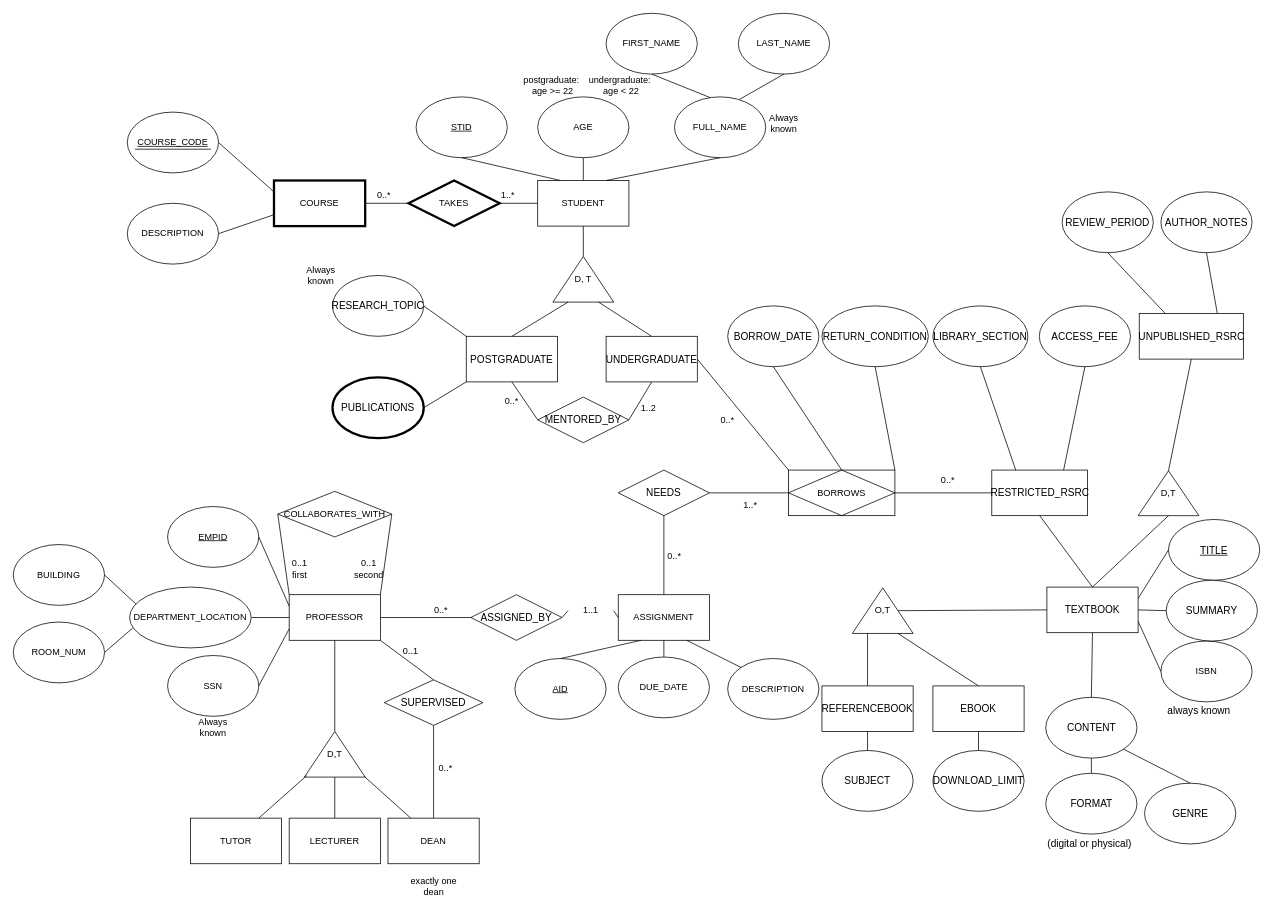
Earlier version of the draw.io diagram DM-HW1_Janis & Cuihuan.drawio (us-ja/Data_Management). Source tidied: cells renumbered, new cells numbered last; positions are measured from the earlier drawing's top-left corner, leaving out a move shared by most shapes. Both pictures are drawn from the tidied source at 76%, with x=0, y=0 at pixel (13, 13).
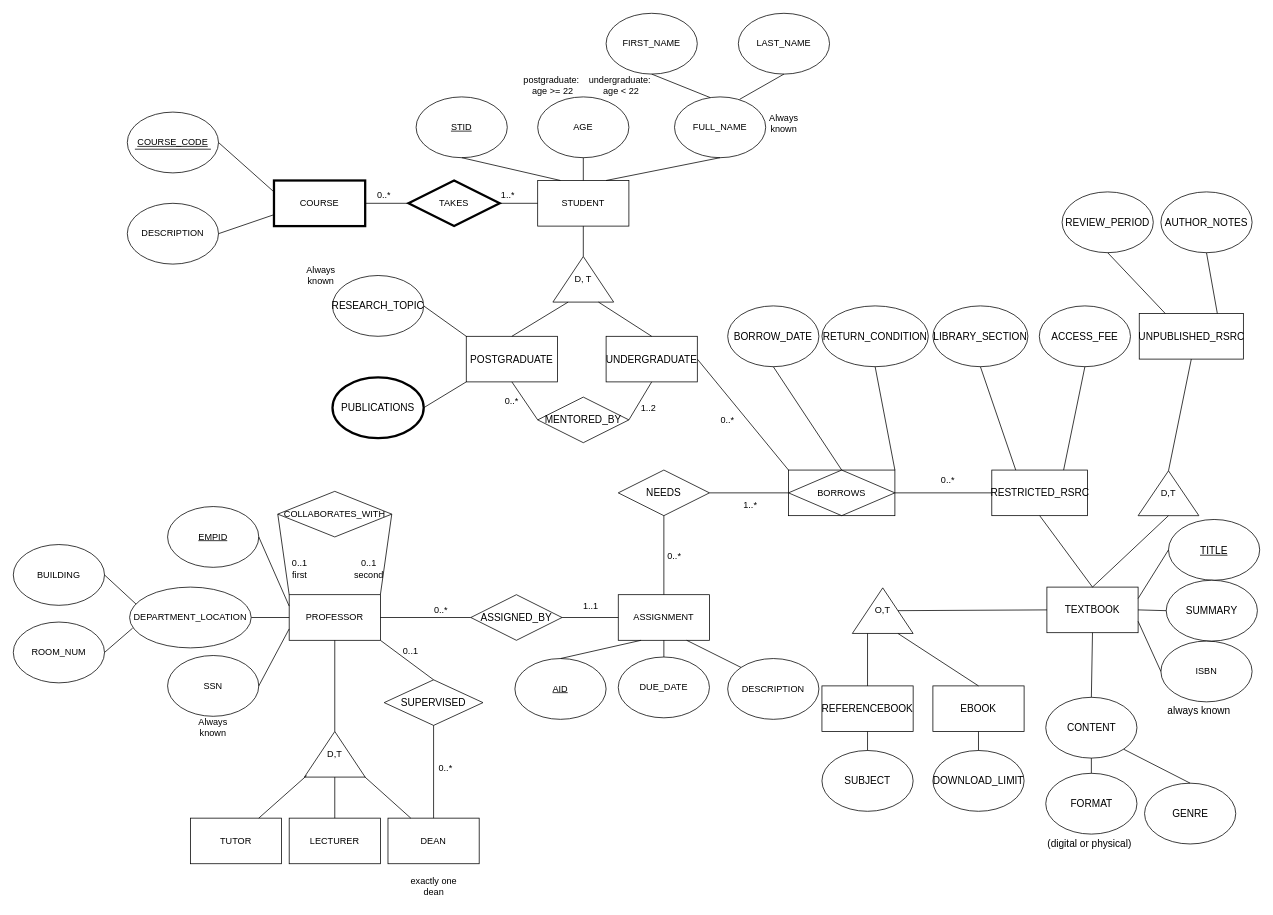
Above is the later version.

The change refers to these unchanged cells:
```xml
<mxCell id="34" value="ASSIGNMENT" style="rounded=0;whiteSpace=wrap;html=1;" parent="1" vertex="1">
  <mxGeometry x="796" y="765" width="120" height="60" as="geometry" />
</mxCell>
<mxCell id="64" value="&lt;div style=&quot;text-align: start;&quot;&gt;&lt;font face=&quot;LMRoman10-Regular&quot;&gt;&lt;span style=&quot;font-size: 13.2835px;&quot;&gt;ASSIGNED_BY&lt;/span&gt;&lt;/font&gt;&lt;/div&gt;" style="shape=rhombus;perimeter=rhombusPerimeter;whiteSpace=wrap;html=1;align=center;" parent="1" vertex="1">
  <mxGeometry x="602" y="765" width="120" height="60" as="geometry" />
</mxCell>
```

What changed in the source:
```diff
@@
-    <mxCell id="66" style="endArrow=none;html=1;rounded=0;exitX=1;exitY=0.5;exitDx=0;exitDy=0;entryX=0;entryY=0.5;entryDx=0;entryDy=0;" parent="1" edge="1" source="139" target="34">
-      <mxGeometry relative="1" as="geometry" />
-    </mxCell>
@@
-    <mxCell id="138" style="endArrow=none;html=1;rounded=0;exitX=1;exitY=0.5;exitDx=0;exitDy=0;entryX=0;entryY=0.5;entryDx=0;entryDy=0;" parent="1" edge="1" source="64" target="139">
+    <mxCell id="138" style="endArrow=none;html=1;rounded=0;exitX=1;exitY=0.5;exitDx=0;exitDy=0;entryX=0;entryY=0.5;entryDx=0;entryDy=0;" parent="1" edge="1" source="64" target="34">
       <mxGeometry relative="1" as="geometry" />
     </mxCell>
     <mxCell id="139" value="1..1" style="text;html=1;align=center;verticalAlign=middle;whiteSpace=wrap;rounded=0;" parent="1" vertex="1">
-      <mxGeometry x="730" y="771" width="60" height="30" as="geometry" />
+      <mxGeometry x="730" y="765" width="60" height="30" as="geometry" />
     </mxCell>
```
